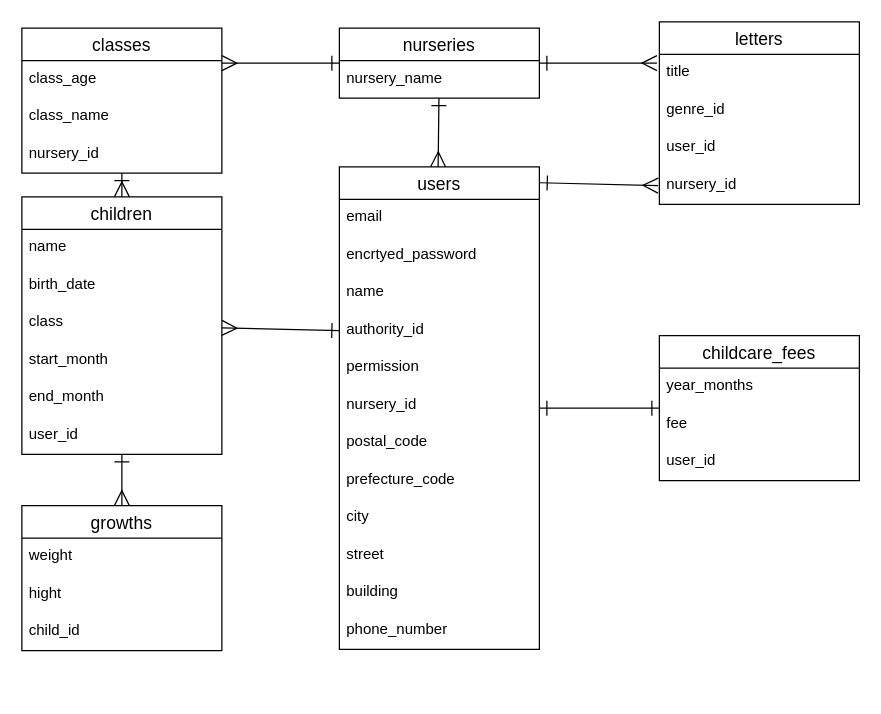
Earlier version of the draw.io diagram ER.dio (moe20200404/tsumiki-note). Source tidied: cells renumbered, new cells numbered last; positions are measured from the earlier drawing's top-left corner, leaving out a move shared by most shapes. Both pictures are drawn from the tidied source at 125%, with x=0, y=0 at pixel (21, 21).
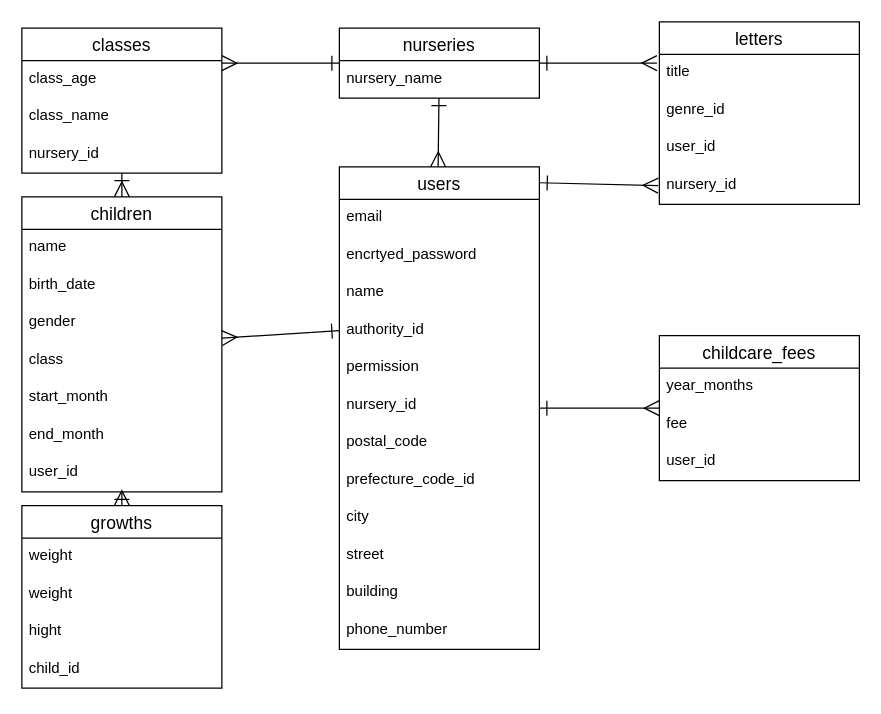
The same diagram, later.

The change refers to these unchanged cells:
```xml
<mxCell id="5" value="users" style="swimlane;fontStyle=0;horizontal=1;startSize=26;align=center;fontSize=14;" parent="1" vertex="1">
  <mxGeometry x="254" y="116" width="160" height="386" as="geometry" />
</mxCell>
<mxCell id="12" value="postal_code" style="text;strokeColor=none;fillColor=none;spacingLeft=4;spacingRight=4;overflow=hidden;points=[[0,0.5],[1,0.5]];portConstraint=eastwest;fontSize=12;" parent="5" vertex="1">
  <mxGeometry y="206" width="160" height="30" as="geometry" />
</mxCell>
<mxCell id="35" value="childcare_fees" style="swimlane;fontStyle=0;horizontal=1;startSize=26;align=center;fontSize=14;" parent="1" vertex="1">
  <mxGeometry x="510" y="251" width="160" height="116" as="geometry" />
</mxCell>
```

Diff of the diagram source:
```diff
@@
-    <mxCell id="13" value="prefecture_code" style="text;strokeColor=none;fillColor=none;spacingLeft=4;spacingRight=4;overflow=hidden;fontSize=12;" parent="5" vertex="1">
+    <mxCell id="13" value="prefecture_code_id" style="text;strokeColor=none;fillColor=none;spacingLeft=4;spacingRight=4;overflow=hidden;fontSize=12;" parent="5" vertex="1">
       <mxGeometry y="236" width="160" height="30" as="geometry" />
     </mxCell>
@@
+    <mxCell id="42" style="endArrow=ERmany;html=1;rounded=0;startArrow=ERone;startFill=0;endFill=0;endSize=10;startSize=10;exitX=1;exitY=0.5;exitDx=0;exitDy=0;" parent="5" edge="1" source="12" target="5">
+      <mxGeometry relative="1" as="geometry" />
+    </mxCell>
@@
     <mxCell id="24" value="children" style="swimlane;fontStyle=0;horizontal=1;startSize=26;align=center;fontSize=14;" parent="1" vertex="1">
-      <mxGeometry y="140" width="160" height="206" as="geometry" />
+      <mxGeometry y="140" width="160" height="236" as="geometry" />
     </mxCell>
@@
+    <mxCell id="50" value="gender" style="text;strokeColor=none;fillColor=none;spacingLeft=4;spacingRight=4;overflow=hidden;fontSize=12;" parent="24" vertex="1">
+      <mxGeometry y="86" width="160" height="30" as="geometry" />
+    </mxCell>
     <mxCell id="27" value="class" style="text;strokeColor=none;fillColor=none;spacingLeft=4;spacingRight=4;overflow=hidden;fontSize=12;" parent="24" vertex="1">
-      <mxGeometry y="86" width="160" height="30" as="geometry" />
+      <mxGeometry y="116" width="160" height="30" as="geometry" />
     </mxCell>
     <mxCell id="28" value="start_month" style="text;strokeColor=none;fillColor=none;spacingLeft=4;spacingRight=4;overflow=hidden;fontSize=12;" parent="24" vertex="1">
-      <mxGeometry y="116" width="160" height="30" as="geometry" />
+      <mxGeometry y="146" width="160" height="30" as="geometry" />
     </mxCell>
     <mxCell id="29" value="end_month" style="text;strokeColor=none;fillColor=none;spacingLeft=4;spacingRight=4;overflow=hidden;fontSize=12;" parent="24" vertex="1">
-      <mxGeometry y="146" width="160" height="30" as="geometry" />
+      <mxGeometry y="176" width="160" height="30" as="geometry" />
     </mxCell>
     <mxCell id="30" value="user_id" style="text;strokeColor=none;fillColor=none;spacingLeft=4;spacingRight=4;overflow=hidden;fontSize=12;" parent="24" vertex="1">
-      <mxGeometry y="176" width="160" height="30" as="geometry" />
+      <mxGeometry y="206" width="160" height="30" as="geometry" />
     </mxCell>
     <mxCell id="31" value="growths" style="swimlane;fontStyle=0;horizontal=1;startSize=26;align=center;fontSize=14;" parent="1" vertex="1">
-      <mxGeometry y="387" width="160" height="116" as="geometry" />
+      <mxGeometry y="387" width="160" height="146" as="geometry" />
     </mxCell>
@@
+    <mxCell id="51" value="weight" style="text;strokeColor=none;fillColor=none;spacingLeft=4;spacingRight=4;overflow=hidden;fontSize=12;" parent="31" vertex="1">
+      <mxGeometry y="56" width="160" height="30" as="geometry" />
+    </mxCell>
     <mxCell id="33" value="hight" style="text;strokeColor=none;fillColor=none;spacingLeft=4;spacingRight=4;overflow=hidden;fontSize=12;" parent="31" vertex="1">
-      <mxGeometry y="56" width="160" height="30" as="geometry" />
+      <mxGeometry y="86" width="160" height="30" as="geometry" />
     </mxCell>
     <mxCell id="34" value="child_id" style="text;strokeColor=none;fillColor=none;spacingLeft=4;spacingRight=4;overflow=hidden;fontSize=12;" parent="31" vertex="1">
-      <mxGeometry y="86" width="160" height="30" as="geometry" />
+      <mxGeometry y="116" width="160" height="30" as="geometry" />
     </mxCell>
@@
-    <mxCell id="42" style="endArrow=ERone;html=1;rounded=0;startArrow=ERone;startFill=0;endFill=0;endSize=10;startSize=10;" parent="1" edge="1" source="35" target="5">
-      <mxGeometry relative="1" as="geometry" />
-    </mxCell>
@@
+    <mxCell id="52" style="edgeStyle=none;html=1;startArrow=ERone;startFill=0;endArrow=ERmany;endFill=0;startSize=10;endSize=10;" parent="1" edge="1" source="5" target="35">
+      <mxGeometry relative="1" as="geometry" />
+    </mxCell>
```
